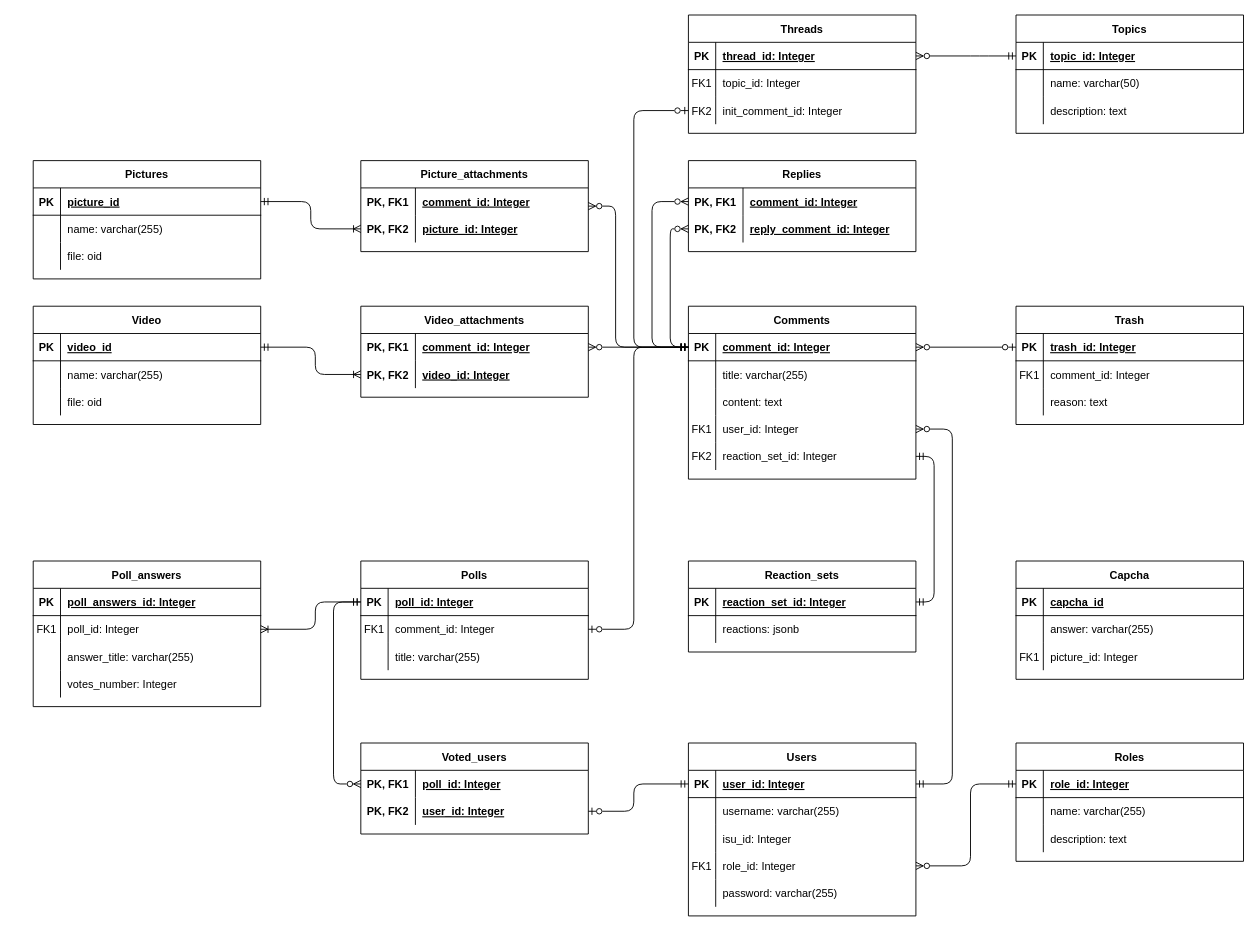
Above: coursework/docs/er.drawio in e1turin/itmo-is-db (draw.io), before the change. Source tidied: cells renumbered, new cells numbered last; positions are measured from the earlier drawing's top-left corner, leaving out a move shared by most shapes. Both pictures are drawn from the tidied source at 91%, with x=0, y=0 at pixel (33, 15).
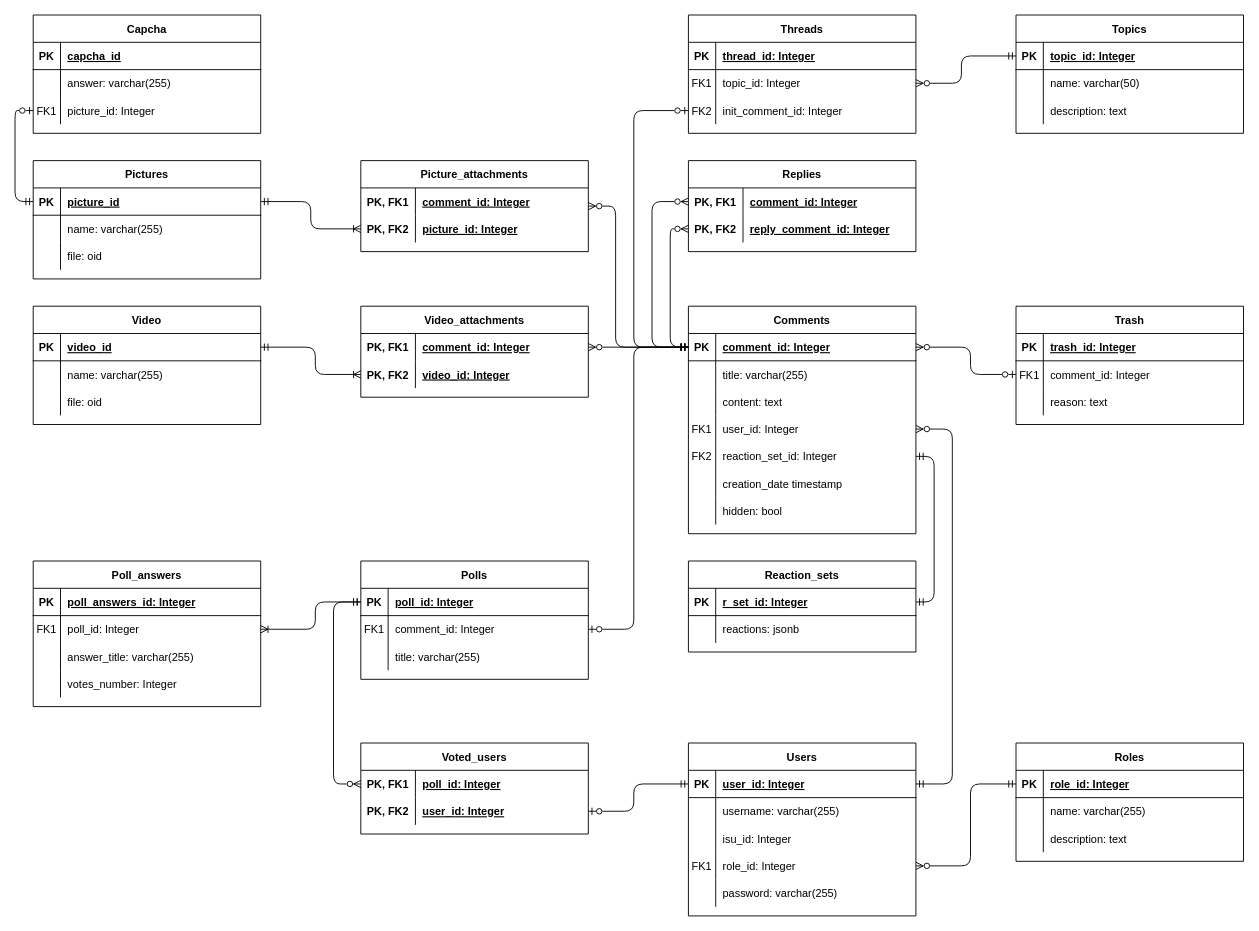
The same diagram, later.

Unchanged cells that the change refers to:
```xml
<mxCell id="3" style="shape=partialRectangle;fillColor=none;points=[[0,0.5],[1,0.5]];portConstraint=eastwest;top=0;left=0;right=0;bottom=1;" parent="2" vertex="1">
  <mxGeometry y="30" width="250" height="30" as="geometry" />
</mxCell>
<mxCell id="13" style="shape=partialRectangle;fillColor=none;points=[[0,0.5],[1,0.5]];portConstraint=eastwest;top=0;left=0;right=0;bottom=1;" parent="12" vertex="1">
  <mxGeometry y="30" width="250" height="30" as="geometry" />
</mxCell>
<mxCell id="16" style="shape=partialRectangle;fillColor=none;points=[[0,0.5],[1,0.5]];portConstraint=eastwest;top=0;left=0;right=0;bottom=0;" parent="12" vertex="1">
  <mxGeometry y="60" width="250" height="30" as="geometry" />
</mxCell>
<mxCell id="23" style="shape=partialRectangle;fillColor=none;points=[[0,0.5],[1,0.5]];portConstraint=eastwest;top=0;left=0;right=0;bottom=1;" parent="22" vertex="1">
  <mxGeometry y="30" width="250" height="30" as="geometry" />
</mxCell>
<mxCell id="26" style="shape=partialRectangle;fillColor=none;points=[[0,0.5],[1,0.5]];portConstraint=eastwest;top=0;left=0;right=0;bottom=0;" parent="22" vertex="1">
  <mxGeometry y="60" width="250" height="30" as="geometry" />
</mxCell>
<mxCell id="63" style="shape=partialRectangle;fillColor=none;points=[[0,0.5],[1,0.5]];portConstraint=eastwest;top=0;left=0;right=0;bottom=1;" parent="62" vertex="1">
  <mxGeometry y="30" width="250" height="30" as="geometry" />
</mxCell>
<mxCell id="70" style="shape=partialRectangle;fillColor=none;points=[[0,0.5],[1,0.5]];portConstraint=eastwest;top=0;left=0;right=0;bottom=1;" parent="69" vertex="1">
  <mxGeometry y="30" width="250" height="30" as="geometry" />
</mxCell>
<mxCell id="93" style="shape=partialRectangle;fillColor=none;points=[[0,0.5],[1,0.5]];portConstraint=eastwest;top=0;left=0;right=0;bottom=1;" parent="92" vertex="1">
  <mxGeometry y="30" width="250" height="30" as="geometry" />
</mxCell>
<mxCell id="109" style="shape=partialRectangle;fillColor=none;points=[[0,0.5],[1,0.5]];portConstraint=eastwest;top=0;left=0;right=0;bottom=0;" parent="102" vertex="1">
  <mxGeometry y="90" width="250" height="30" as="geometry" />
</mxCell>
```

Change to the diagram source:
```diff
@@
-    <mxCell id="65" value="reaction_set_id: Integer" style="shape=partialRectangle;overflow=hidden;fillColor=none;top=0;left=0;bottom=0;right=0;align=left;spacingLeft=6;fontStyle=5;" parent="63" vertex="1">
+    <mxCell id="65" value="r_set_id: Integer" style="shape=partialRectangle;overflow=hidden;fillColor=none;top=0;left=0;bottom=0;right=0;align=left;spacingLeft=6;fontStyle=5;" parent="63" vertex="1">
       <mxGeometry x="30" width="220" height="30" as="geometry" />
     </mxCell>
@@
     <mxCell id="69" value="Comments" style="shape=table;startSize=30;childLayout=tableLayout;rowLines=0;fontStyle=1;align=center;" parent="1" vertex="1">
-      <mxGeometry x="720" y="320" width="250" height="190" as="geometry" />
+      <mxGeometry x="720" y="320" width="250" height="250" as="geometry" />
     </mxCell>
@@
+    <mxCell id="178" style="shape=partialRectangle;fillColor=none;top=0;left=0;right=0;bottom=0;" parent="69" vertex="1">
+      <mxGeometry y="180" width="250" height="30" as="geometry" />
+    </mxCell>
+    <mxCell id="179" style="shape=partialRectangle;overflow=hidden;fillColor=none;top=0;left=0;bottom=0;right=0;" parent="178" vertex="1">
+      <mxGeometry width="30" height="30" as="geometry" />
+    </mxCell>
+    <mxCell id="180" value="creation_date timestamp" style="shape=partialRectangle;overflow=hidden;fillColor=none;top=0;left=0;bottom=0;right=0;align=left;spacingLeft=6;" parent="178" vertex="1">
+      <mxGeometry x="30" width="220" height="30" as="geometry" />
+    </mxCell>
+    <mxCell id="181" style="shape=partialRectangle;fillColor=none;top=0;left=0;right=0;bottom=0;" parent="69" vertex="1">
+      <mxGeometry y="210" width="250" height="30" as="geometry" />
+    </mxCell>
+    <mxCell id="182" style="shape=partialRectangle;overflow=hidden;fillColor=none;top=0;left=0;bottom=0;right=0;" parent="181" vertex="1">
+      <mxGeometry width="30" height="30" as="geometry" />
+    </mxCell>
+    <mxCell id="183" value="hidden: bool" style="shape=partialRectangle;overflow=hidden;fillColor=none;top=0;left=0;bottom=0;right=0;align=left;spacingLeft=6;" parent="181" vertex="1">
+      <mxGeometry x="30" width="220" height="30" as="geometry" />
+    </mxCell>
@@
     <mxCell id="102" value="Capcha" style="shape=table;startSize=30;childLayout=tableLayout;rowLines=0;fontStyle=1;align=center;" parent="1" vertex="1">
-      <mxGeometry x="1080" y="600" width="250" height="130" as="geometry" />
+      <mxGeometry width="250" height="130" as="geometry" />
     </mxCell>
@@
-    <mxCell id="162" style="edgeStyle=orthogonalEdgeStyle;rounded=1;jettySize=auto;html=1;entryX=0;entryY=0.5;entryDx=0;entryDy=0;startArrow=ERzeroToMany;startFill=0;endArrow=ERmandOne;endFill=0;exitX=1;exitY=0.5;exitDx=0;exitDy=0;" parent="1" edge="1" source="13" target="3">
+    <mxCell id="162" style="edgeStyle=orthogonalEdgeStyle;rounded=1;jettySize=auto;html=1;entryX=0;entryY=0.5;entryDx=0;entryDy=0;startArrow=ERzeroToMany;startFill=0;endArrow=ERmandOne;endFill=0;" parent="1" edge="1" source="16" target="3">
       <mxGeometry relative="1" as="geometry">
         <Array as="points">
-          <mxPoint x="1040" y="45" />
-          <mxPoint x="1040" y="45" />
+          <mxPoint x="1020" y="75" />
+          <mxPoint x="1020" y="45" />
         </Array>
       </mxGeometry>
     </mxCell>
-    <mxCell id="163" style="edgeStyle=orthogonalEdgeStyle;rounded=1;jettySize=auto;html=1;entryX=0;entryY=0.5;entryDx=0;entryDy=0;startArrow=ERzeroToMany;startFill=0;endArrow=ERzeroToOne;endFill=0;" parent="1" edge="1" source="70" target="23">
-      <mxGeometry relative="1" as="geometry" />
+    <mxCell id="163" style="edgeStyle=orthogonalEdgeStyle;rounded=1;jettySize=auto;html=1;startArrow=ERzeroToMany;startFill=0;endArrow=ERzeroToOne;endFill=0;" parent="1" edge="1" source="70" target="26">
+      <mxGeometry relative="1" as="geometry">
+        <Array as="points">
+          <mxPoint x="1030" y="365" />
+          <mxPoint x="1030" y="395" />
+        </Array>
+      </mxGeometry>
     </mxCell>
@@
+    <mxCell id="184" style="edgeStyle=orthogonalEdgeStyle;rounded=1;jettySize=auto;html=1;entryX=0;entryY=0.5;entryDx=0;entryDy=0;endArrow=ERmandOne;endFill=0;startArrow=ERzeroToOne;startFill=0;" parent="1" edge="1" source="109" target="93">
+      <mxGeometry relative="1" as="geometry" />
+    </mxCell>
```
